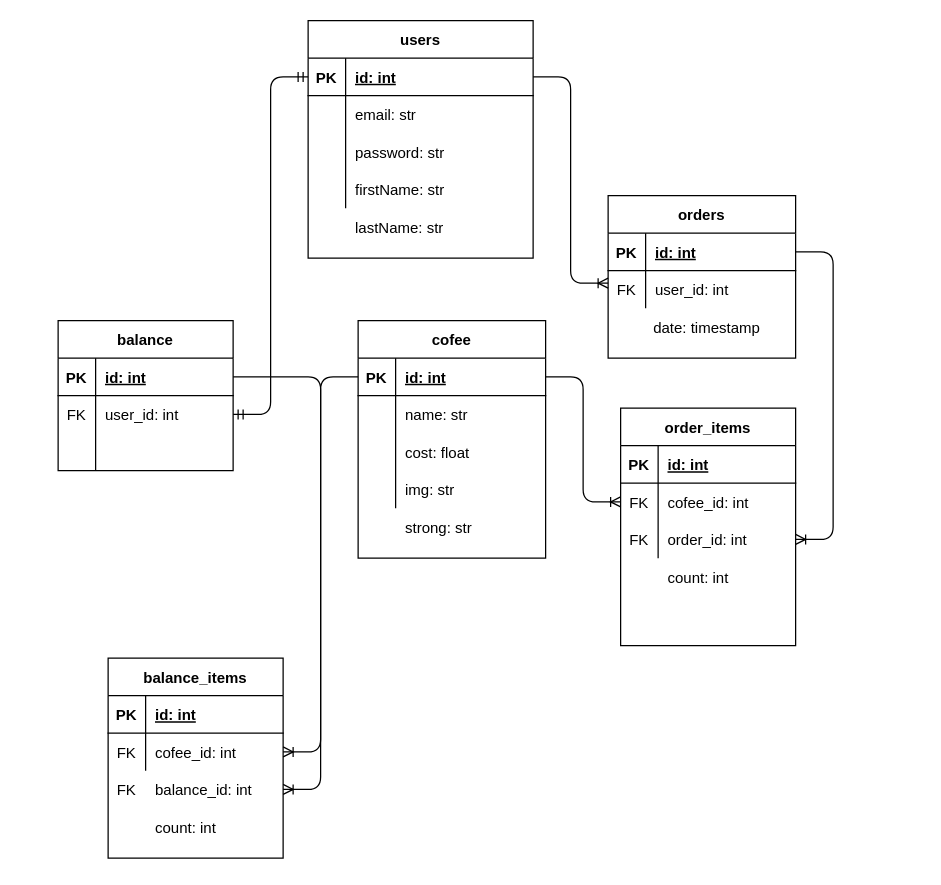
The draw.io diagram Coffee project.drawio in FenikL/CoffeeApp, before the edit. Source tidied: cells renumbered, new cells numbered last; positions are measured from the earlier drawing's top-left corner, leaving out a move shared by most shapes. Both pictures are drawn from the tidied source at 125%, with x=0, y=0 at pixel (20, 20).
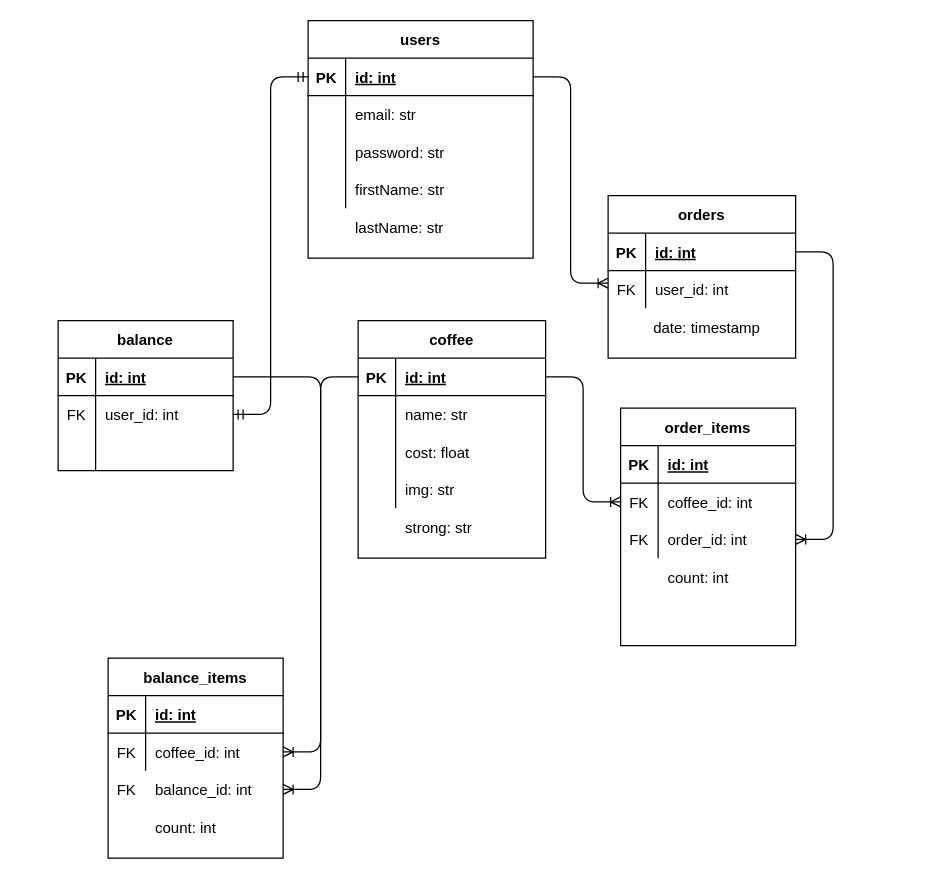
The same page after the edit.

The change refers to these unchanged cells:
```xml
<mxCell id="41" style="shape=partialRectangle;fillColor=none;top=0;left=0;bottom=0;right=0;points=[[0,0.5],[1,0.5]];portConstraint=eastwest;" parent="37" vertex="1">
  <mxGeometry y="60" width="140" height="30" as="geometry" />
</mxCell>
<mxCell id="69" style="shape=partialRectangle;fillColor=none;top=0;left=0;bottom=0;right=0;points=[[0,0.5],[1,0.5]];portConstraint=eastwest;" parent="65" vertex="1">
  <mxGeometry y="60" width="140" height="30" as="geometry" />
</mxCell>
```

The edit, as a diff of the source:
```diff
@@
-    <mxCell id="24" value="cofee" style="shape=table;startSize=30;childLayout=tableLayout;rowLines=0;fontStyle=1;align=center;" parent="1" vertex="1">
+    <mxCell id="24" value="coffee" style="shape=table;startSize=30;childLayout=tableLayout;rowLines=0;fontStyle=1;align=center;" parent="1" vertex="1">
       <mxGeometry x="270" y="240" width="150" height="190" as="geometry" />
     </mxCell>
@@
-    <mxCell id="43" value="cofee_id: int" style="shape=partialRectangle;fillColor=none;top=0;left=0;bottom=0;right=0;align=left;spacingLeft=6;overflow=hidden;" parent="41" vertex="1">
+    <mxCell id="43" value="coffee_id: int" style="shape=partialRectangle;fillColor=none;top=0;left=0;bottom=0;right=0;align=left;spacingLeft=6;overflow=hidden;" parent="41" vertex="1">
       <mxGeometry x="30" width="110" height="30" as="geometry" />
     </mxCell>
@@
-    <mxCell id="71" value="cofee_id: int" style="shape=partialRectangle;fillColor=none;top=0;left=0;bottom=0;right=0;align=left;spacingLeft=6;overflow=hidden;" parent="69" vertex="1">
+    <mxCell id="71" value="coffee_id: int" style="shape=partialRectangle;fillColor=none;top=0;left=0;bottom=0;right=0;align=left;spacingLeft=6;overflow=hidden;" parent="69" vertex="1">
       <mxGeometry x="30" width="110" height="30" as="geometry" />
     </mxCell>
```
